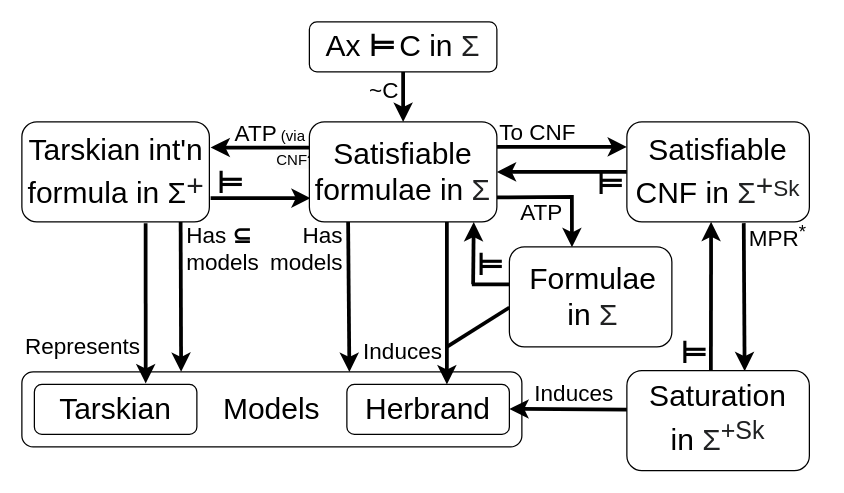
The draw.io diagram ModelLandscape.drawio in GeoffsPapers/InterpretationFormat, before the edit. Source tidied: cells renumbered, new cells numbered last; positions are measured from the earlier drawing's top-left corner, leaving out a move shared by most shapes. Both pictures are drawn from the tidied source at 125%, with x=0, y=0 at pixel (21, 21).
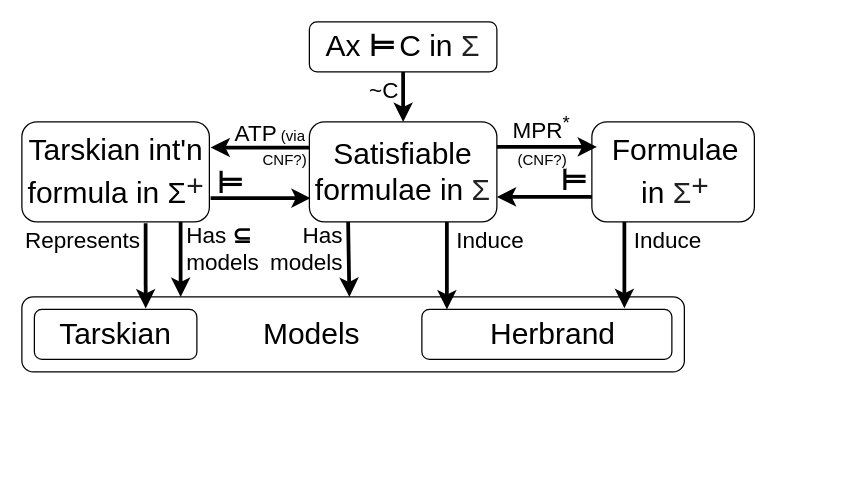
The same diagram, later.

Commit message (it also covers changes not shown here):
generalised Saturation into Herbrand Formulae

The change refers to these unchanged cells:
```xml
<mxCell id="41" style="rounded=1;whiteSpace=wrap;html=1;" parent="40" vertex="1">
  <mxGeometry width="150" height="80" as="geometry" />
</mxCell>
```

Change to the diagram source:
```diff
@@
     <mxCell id="4" style="rounded=1;whiteSpace=wrap;html=1;" parent="1" vertex="1">
-      <mxGeometry y="280" width="400" height="60" as="geometry" />
+      <mxGeometry y="220" width="530" height="60" as="geometry" />
     </mxCell>
     <mxCell id="5" style="rounded=1;whiteSpace=wrap;html=1;" parent="1" vertex="1">
-      <mxGeometry x="260" y="290" width="130" height="40" as="geometry" />
+      <mxGeometry x="320" y="230" width="200" height="40" as="geometry" />
     </mxCell>
@@
     <mxCell id="9" value="&lt;font style=&quot;font-size: 18px;&quot;&gt;Represents&lt;/font&gt;" style="text;strokeColor=none;align=center;fillColor=none;html=1;verticalAlign=middle;whiteSpace=wrap;rounded=0;" parent="1" vertex="1">
-      <mxGeometry x="19" y="245" width="60" height="30" as="geometry" />
+      <mxGeometry x="19" y="160" width="60" height="30" as="geometry" />
     </mxCell>
     <mxCell id="10" value="&lt;font style=&quot;font-size: 24px;&quot;&gt;Herbrand&lt;/font&gt;" style="text;strokeColor=none;align=center;fillColor=none;html=1;verticalAlign=middle;whiteSpace=wrap;rounded=0;" parent="1" vertex="1">
-      <mxGeometry x="295" y="295" width="60" height="30" as="geometry" />
+      <mxGeometry x="395" y="235" width="60" height="30" as="geometry" />
     </mxCell>
-    <mxCell id="11" style="endArrow=classic;html=1;rounded=0;strokeWidth=3;entryX=0.686;entryY=0.005;entryDx=0;entryDy=0;entryPerimeter=0;" parent="1" edge="1">
+    <mxCell id="11" style="endArrow=classic;html=1;rounded=0;strokeWidth=3;entryX=0.81;entryY=-0.025;entryDx=0;entryDy=0;entryPerimeter=0;" parent="1" edge="1" target="5">
       <mxGeometry relative="1" as="geometry">
-        <mxPoint x="577.5" y="161" as="sourcePoint" />
-        <mxPoint x="578.2" y="279.4" as="targetPoint" />
+        <mxPoint x="482" y="160" as="sourcePoint" />
       </mxGeometry>
     </mxCell>
     <mxCell id="12" value="&lt;font style=&quot;font-size: 18px;&quot;&gt;MPR&lt;sup&gt;*&lt;/sup&gt;&lt;/font&gt;" style="text;strokeColor=none;align=center;fillColor=none;html=1;verticalAlign=middle;whiteSpace=wrap;rounded=0;" parent="1" vertex="1">
-      <mxGeometry x="570" y="157" width="70" height="30" as="geometry" />
+      <mxGeometry x="381" y="70" width="70" height="30" as="geometry" />
     </mxCell>
     <mxCell id="13" style="rounded=1;whiteSpace=wrap;html=1;" parent="1" vertex="1">
-      <mxGeometry x="10" y="290" width="130" height="40" as="geometry" />
+      <mxGeometry x="10" y="230" width="130" height="40" as="geometry" />
     </mxCell>
     <mxCell id="14" value="&lt;font style=&quot;font-size: 24px;&quot;&gt;Models&lt;br&gt;&lt;/font&gt;" style="text;strokeColor=none;align=center;fillColor=none;html=1;verticalAlign=middle;whiteSpace=wrap;rounded=0;" parent="1" vertex="1">
-      <mxGeometry x="170" y="295" width="60" height="30" as="geometry" />
+      <mxGeometry x="202" y="235" width="60" height="30" as="geometry" />
     </mxCell>
     <mxCell id="15" style="endArrow=classic;html=1;rounded=0;strokeWidth=3;" parent="1" edge="1">
       <mxGeometry relative="1" as="geometry">
         <mxPoint x="340" y="160" as="sourcePoint" />
-        <mxPoint x="340" y="290" as="targetPoint" />
+        <mxPoint x="340" y="230" as="targetPoint" />
       </mxGeometry>
     </mxCell>
-    <mxCell id="16" value="&lt;font style=&quot;font-size: 18px;&quot;&gt;Induces&lt;br&gt;&lt;/font&gt;" style="text;strokeColor=none;align=center;fillColor=none;html=1;verticalAlign=middle;whiteSpace=wrap;rounded=0;" parent="1" vertex="1">
-      <mxGeometry x="275" y="249" width="60" height="30" as="geometry" />
+    <mxCell id="16" value="&lt;font style=&quot;font-size: 18px;&quot;&gt;Induce&lt;br&gt;&lt;/font&gt;" style="text;strokeColor=none;align=center;fillColor=none;html=1;verticalAlign=middle;whiteSpace=wrap;rounded=0;" parent="1" vertex="1">
+      <mxGeometry x="345" y="160" width="60" height="30" as="geometry" />
     </mxCell>
     <mxCell id="17" style="endArrow=classic;html=1;rounded=0;strokeWidth=3;" parent="1" edge="1">
       <mxGeometry relative="1" as="geometry">
         <mxPoint x="261" y="160" as="sourcePoint" />
-        <mxPoint x="262" y="280" as="targetPoint" />
+        <mxPoint x="262" y="220" as="targetPoint" />
       </mxGeometry>
     </mxCell>
@@
-    <mxCell id="19" style="endArrow=classic;html=1;rounded=0;strokeWidth=3;exitX=0;exitY=0.5;exitDx=0;exitDy=0;" parent="1" edge="1" source="47">
+    <mxCell id="19" style="endArrow=classic;html=1;rounded=0;strokeWidth=3;exitX=0;exitY=0.5;exitDx=0;exitDy=0;" parent="1" edge="1">
       <mxGeometry relative="1" as="geometry">
-        <mxPoint x="380" y="120" as="targetPoint" />
+        <mxPoint x="484" y="140" as="sourcePoint" />
+        <mxPoint x="380" y="140" as="targetPoint" />
       </mxGeometry>
     </mxCell>
-    <mxCell id="20" style="endArrow=classic;html=1;rounded=0;strokeWidth=3;entryX=0;entryY=0.25;entryDx=0;entryDy=0;" parent="1" edge="1" target="47">
-      <mxGeometry relative="1" as="geometry">
-        <mxPoint x="380" y="100" as="sourcePoint" />
-      </mxGeometry>
+    <mxCell id="20" style="endArrow=classic;html=1;rounded=0;strokeWidth=3;entryX=0;entryY=0.25;entryDx=0;entryDy=0;entryPerimeter=0;" parent="1" edge="1" source="60" target="57">
+      <mxGeometry relative="1" as="geometry" />
     </mxCell>
-    <mxCell id="21" value="&lt;font style=&quot;font-size: 18px;&quot;&gt;To CNF&lt;/font&gt;" style="text;strokeColor=none;align=center;fillColor=none;html=1;verticalAlign=middle;whiteSpace=wrap;rounded=0;" parent="1" vertex="1">
-      <mxGeometry x="353" y="74" width="120" height="30" as="geometry" />
-    </mxCell>
@@
     <mxCell id="24" value="&lt;font style=&quot;&quot;&gt;&lt;b style=&quot;&quot;&gt;&lt;font style=&quot;font-size: 24px;&quot;&gt;⊨&lt;/font&gt;&lt;/b&gt;&lt;/font&gt;" style="text;strokeColor=none;align=center;fillColor=none;html=1;verticalAlign=middle;whiteSpace=wrap;rounded=0;" parent="1" vertex="1">
-      <mxGeometry x="449" y="120" width="44" height="20" as="geometry" />
+      <mxGeometry x="420" y="117" width="44" height="20" as="geometry" />
     </mxCell>
-    <mxCell id="25" style="endArrow=classic;html=1;rounded=0;strokeWidth=3;entryX=0.296;entryY=-0.002;entryDx=0;entryDy=0;entryPerimeter=0;" parent="1" edge="1">
+    <mxCell id="25" style="endArrow=classic;html=1;rounded=0;strokeWidth=3;" parent="1" edge="1">
       <mxGeometry relative="1" as="geometry">
         <mxPoint x="127" y="160" as="sourcePoint" />
-        <mxPoint x="127.4" y="279.9" as="targetPoint" />
+        <mxPoint x="127" y="220" as="targetPoint" />
       </mxGeometry>
     </mxCell>
@@
-    <mxCell id="27" style="endArrow=classic;html=1;rounded=0;strokeWidth=3;exitX=1;exitY=0.756;exitDx=0;exitDy=0;exitPerimeter=0;entryX=0.385;entryY=0.003;entryDx=0;entryDy=0;entryPerimeter=0;" parent="1" edge="1" source="41" target="57">
-      <mxGeometry relative="1" as="geometry">
-        <Array as="points">
-          <mxPoint x="440" y="140" />
-        </Array>
-      </mxGeometry>
-    </mxCell>
-    <mxCell id="28" value="&lt;span style=&quot;font-size: 18px;&quot;&gt;ATP&lt;/span&gt;" style="text;strokeColor=none;align=center;fillColor=none;html=1;verticalAlign=middle;whiteSpace=wrap;rounded=0;" parent="1" vertex="1">
-      <mxGeometry x="381" y="138" width="70" height="30" as="geometry" />
-    </mxCell>
-    <mxCell id="29" style="endArrow=classic;html=1;rounded=0;strokeWidth=3;entryX=0.712;entryY=0.02;entryDx=0;entryDy=0;entryPerimeter=0;exitX=0.5;exitY=0;exitDx=0;exitDy=0;" parent="1" edge="1">
-      <mxGeometry relative="1" as="geometry">
-        <mxPoint x="551.2" y="279" as="sourcePoint" />
-        <mxPoint x="551.4" y="160" as="targetPoint" />
-      </mxGeometry>
-    </mxCell>
-    <mxCell id="30" value="&lt;font style=&quot;&quot;&gt;&lt;b style=&quot;&quot;&gt;&lt;font style=&quot;font-size: 24px;&quot;&gt;⊨&lt;/font&gt;&lt;/b&gt;&lt;/font&gt;" style="text;strokeColor=none;align=center;fillColor=none;html=1;verticalAlign=middle;whiteSpace=wrap;rounded=0;" parent="1" vertex="1">
-      <mxGeometry x="516" y="255" width="44" height="20" as="geometry" />
-    </mxCell>
     <mxCell id="31" value="&lt;span style=&quot;color: rgb(0, 0, 0); font-family: Helvetica; font-size: 12px; font-style: normal; font-variant-ligatures: normal; font-variant-caps: normal; font-weight: 400; letter-spacing: normal; orphans: 2; text-align: right; text-indent: 0px; text-transform: none; widows: 2; word-spacing: 0px; -webkit-text-stroke-width: 0px; background-color: rgb(251, 251, 251); text-decoration-thickness: initial; text-decoration-style: initial; text-decoration-color: initial; float: none; display: inline !important;&quot;&gt;CNF?)&lt;/span&gt;" style="text;whiteSpace=wrap;html=1;" parent="1" vertex="1">
-      <mxGeometry x="202" y="97" width="70" height="20" as="geometry" />
+      <mxGeometry x="191" y="97" width="70" height="20" as="geometry" />
     </mxCell>
     <mxCell id="32" value="&lt;font style=&quot;font-size: 24px;&quot;&gt;Tarskian&lt;/font&gt;" style="text;strokeColor=none;align=center;fillColor=none;html=1;verticalAlign=middle;whiteSpace=wrap;rounded=0;" parent="1" vertex="1">
-      <mxGeometry x="45" y="295" width="60" height="30" as="geometry" />
+      <mxGeometry x="45" y="235" width="60" height="30" as="geometry" />
     </mxCell>
@@
-    <mxCell id="34" style="endArrow=classic;html=1;rounded=0;strokeWidth=3;entryX=1;entryY=0.75;entryDx=0;entryDy=0;exitX=0.001;exitY=0.389;exitDx=0;exitDy=0;exitPerimeter=0;" parent="1" edge="1" source="50">
-      <mxGeometry relative="1" as="geometry">
-        <mxPoint x="390" y="309.6" as="targetPoint" />
-      </mxGeometry>
-    </mxCell>
@@
-    <mxCell id="36" value="&lt;font style=&quot;font-size: 18px;&quot;&gt;Induces&lt;br&gt;&lt;/font&gt;" style="text;strokeColor=none;align=center;fillColor=none;html=1;verticalAlign=middle;whiteSpace=wrap;rounded=0;" parent="1" vertex="1">
-      <mxGeometry x="412" y="283" width="60" height="30" as="geometry" />
+    <mxCell id="36" value="&lt;font style=&quot;font-size: 18px;&quot;&gt;Induce&lt;br&gt;&lt;/font&gt;" style="text;strokeColor=none;align=center;fillColor=none;html=1;verticalAlign=middle;whiteSpace=wrap;rounded=0;" parent="1" vertex="1">
+      <mxGeometry x="487" y="160" width="60" height="30" as="geometry" />
     </mxCell>
@@
-    <mxCell id="46" style="group;" parent="1" vertex="1">
-      <mxGeometry x="484" y="80" width="146" height="80" as="geometry" />
-    </mxCell>
-    <mxCell id="47" style="rounded=1;whiteSpace=wrap;html=1;" parent="46" vertex="1">
-      <mxGeometry width="146" height="80" as="geometry" />
-    </mxCell>
-    <mxCell id="48" value="&lt;font style=&quot;&quot;&gt;&lt;font style=&quot;font-size: 24px;&quot;&gt;Satisfiable&lt;br&gt;CNF&amp;nbsp;&lt;/font&gt;&lt;font style=&quot;font-size: 24px; border-color: var(--border-color);&quot;&gt;&lt;font style=&quot;font-size: 24px;&quot;&gt;in&lt;/font&gt;&amp;nbsp;&lt;/font&gt;&lt;span style=&quot;border-color: var(--border-color); color: rgb(32, 33, 34); font-family: sans-serif; text-align: start; background-color: rgb(255, 255, 255);&quot;&gt;&lt;font style=&quot;border-color: var(--border-color);&quot;&gt;&lt;span style=&quot;font-size: 24px;&quot;&gt;Σ&lt;/span&gt;&lt;sup style=&quot;&quot;&gt;&lt;span style=&quot;font-size: 24px;&quot;&gt;+&lt;/span&gt;&lt;font style=&quot;font-size: 18px;&quot;&gt;Sk&lt;/font&gt;&lt;/sup&gt;&lt;br&gt;&lt;/font&gt;&lt;/span&gt;&lt;/font&gt;" style="text;strokeColor=none;align=center;fillColor=none;html=1;verticalAlign=middle;whiteSpace=wrap;rounded=0;" parent="46" vertex="1">
-      <mxGeometry x="43" y="25" width="60" height="30" as="geometry" />
-    </mxCell>
-    <mxCell id="49" style="group;" parent="1" vertex="1">
-      <mxGeometry x="484" y="279" width="146" height="80" as="geometry" />
-    </mxCell>
-    <mxCell id="50" style="rounded=1;whiteSpace=wrap;html=1;" parent="49" vertex="1">
-      <mxGeometry width="146" height="80" as="geometry" />
-    </mxCell>
-    <mxCell id="51" value="&lt;font style=&quot;font-size: 24px;&quot;&gt;&lt;font style=&quot;font-size: 24px;&quot;&gt;Saturation&lt;br&gt;&lt;/font&gt;&lt;font style=&quot;border-color: var(--border-color); font-size: 24px;&quot;&gt;&lt;font style=&quot;font-size: 24px;&quot;&gt;in&lt;/font&gt;&amp;nbsp;&lt;/font&gt;&lt;span style=&quot;border-color: var(--border-color); color: rgb(32, 33, 34); font-family: sans-serif; text-align: start; background-color: rgb(255, 255, 255);&quot;&gt;&lt;font style=&quot;border-color: var(--border-color); font-size: 24px;&quot;&gt;Σ&lt;sup&gt;+Sk&lt;/sup&gt;&lt;br&gt;&lt;/font&gt;&lt;/span&gt;&lt;/font&gt;" style="text;strokeColor=none;align=center;fillColor=none;html=1;verticalAlign=middle;whiteSpace=wrap;rounded=0;" parent="49" vertex="1">
-      <mxGeometry x="43" y="25" width="60" height="25" as="geometry" />
-    </mxCell>
-    <mxCell id="52" style="endArrow=none;html=1;rounded=0;strokeWidth=3;entryX=0;entryY=0.606;entryDx=0;entryDy=0;entryPerimeter=0;" parent="1" edge="1" target="57">
-      <mxGeometry relative="1" as="geometry">
-        <mxPoint x="340" y="260" as="sourcePoint" />
-      </mxGeometry>
-    </mxCell>
-    <mxCell id="53" style="endArrow=none;html=1;rounded=0;strokeWidth=3;entryX=-0.008;entryY=0.375;entryDx=0;entryDy=0;entryPerimeter=0;" parent="1" edge="1">
-      <mxGeometry relative="1" as="geometry">
-        <mxPoint x="360" y="210" as="sourcePoint" />
-        <mxPoint x="390" y="210" as="targetPoint" />
-      </mxGeometry>
-    </mxCell>
-    <mxCell id="54" style="endArrow=classic;html=1;rounded=0;strokeWidth=3;entryX=0.863;entryY=1.003;entryDx=0;entryDy=0;entryPerimeter=0;" parent="1" edge="1">
-      <mxGeometry relative="1" as="geometry">
-        <mxPoint x="361" y="210" as="sourcePoint" />
-        <mxPoint x="361.5" y="160.2" as="targetPoint" />
-      </mxGeometry>
-    </mxCell>
-    <mxCell id="55" value="&lt;font style=&quot;&quot;&gt;&lt;b style=&quot;&quot;&gt;&lt;font style=&quot;font-size: 24px;&quot;&gt;⊨&lt;/font&gt;&lt;/b&gt;&lt;/font&gt;" style="text;strokeColor=none;align=center;fillColor=none;html=1;verticalAlign=middle;whiteSpace=wrap;rounded=0;" parent="1" vertex="1">
-      <mxGeometry x="353" y="185" width="44" height="20" as="geometry" />
-    </mxCell>
-    <mxCell id="56" style="group;" parent="1" vertex="1">
-      <mxGeometry x="390" y="180" width="130" height="80" as="geometry" />
-    </mxCell>
-    <mxCell id="57" style="rounded=1;whiteSpace=wrap;html=1;" parent="56" vertex="1">
-      <mxGeometry width="130" height="80" as="geometry" />
+    <mxCell id="57" style="rounded=1;whiteSpace=wrap;html=1;" parent="1" vertex="1">
+      <mxGeometry x="456" y="80" width="130" height="80" as="geometry" />
     </mxCell>
-    <mxCell id="58" value="&lt;font style=&quot;font-size: 24px;&quot;&gt;&lt;font style=&quot;font-size: 24px;&quot;&gt;Formulae&lt;br&gt;&lt;/font&gt;&lt;font style=&quot;border-color: var(--border-color); font-size: 24px;&quot;&gt;&lt;font style=&quot;font-size: 24px;&quot;&gt;in&lt;/font&gt;&amp;nbsp;&lt;/font&gt;&lt;span style=&quot;border-color: var(--border-color); color: rgb(32, 33, 34); font-family: sans-serif; text-align: start; background-color: rgb(255, 255, 255);&quot;&gt;&lt;font style=&quot;border-color: var(--border-color); font-size: 24px;&quot;&gt;Σ&lt;/font&gt;&lt;/span&gt;&lt;/font&gt;" style="text;strokeColor=none;align=center;fillColor=none;html=1;verticalAlign=middle;whiteSpace=wrap;rounded=0;" parent="56" vertex="1">
-      <mxGeometry x="37" y="25" width="60" height="30" as="geometry" />
+    <mxCell id="58" value="&lt;font style=&quot;&quot;&gt;&lt;font style=&quot;font-size: 24px;&quot;&gt;Formulae&lt;br&gt;&lt;/font&gt;&lt;font style=&quot;font-size: 24px; border-color: var(--border-color);&quot;&gt;&lt;font style=&quot;font-size: 24px;&quot;&gt;in&lt;/font&gt;&amp;nbsp;&lt;/font&gt;&lt;span style=&quot;border-color: var(--border-color); color: rgb(32, 33, 34); font-family: sans-serif; text-align: start; background-color: rgb(255, 255, 255);&quot;&gt;&lt;font style=&quot;border-color: var(--border-color);&quot;&gt;&lt;span style=&quot;font-size: 24px;&quot;&gt;Σ&lt;/span&gt;&lt;sup style=&quot;&quot;&gt;&lt;font style=&quot;font-size: 24px;&quot;&gt;+&lt;/font&gt;&lt;/sup&gt;&lt;/font&gt;&lt;/span&gt;&lt;/font&gt;" style="text;strokeColor=none;align=center;fillColor=none;html=1;verticalAlign=middle;whiteSpace=wrap;rounded=0;" parent="1" vertex="1">
+      <mxGeometry x="493" y="105" width="60" height="30" as="geometry" />
     </mxCell>
+    <mxCell id="59" style="endArrow=classic;html=1;rounded=0;strokeWidth=3;entryX=0.929;entryY=0.15;entryDx=0;entryDy=0;entryPerimeter=0;" parent="1" edge="1" target="60">
+      <mxGeometry relative="1" as="geometry">
+        <mxPoint x="380" y="100" as="sourcePoint" />
+      </mxGeometry>
+    </mxCell>
+    <mxCell id="60" value="&lt;span style=&quot;color: rgb(0, 0, 0); font-family: Helvetica; font-size: 12px; font-style: normal; font-variant-ligatures: normal; font-variant-caps: normal; font-weight: 400; letter-spacing: normal; orphans: 2; text-align: right; text-indent: 0px; text-transform: none; widows: 2; word-spacing: 0px; -webkit-text-stroke-width: 0px; background-color: rgb(251, 251, 251); text-decoration-thickness: initial; text-decoration-style: initial; text-decoration-color: initial; float: none; display: inline !important;&quot;&gt;(CNF?)&lt;/span&gt;" style="text;whiteSpace=wrap;html=1;" parent="1" vertex="1">
+      <mxGeometry x="395" y="97" width="70" height="20" as="geometry" />
+    </mxCell>
```
